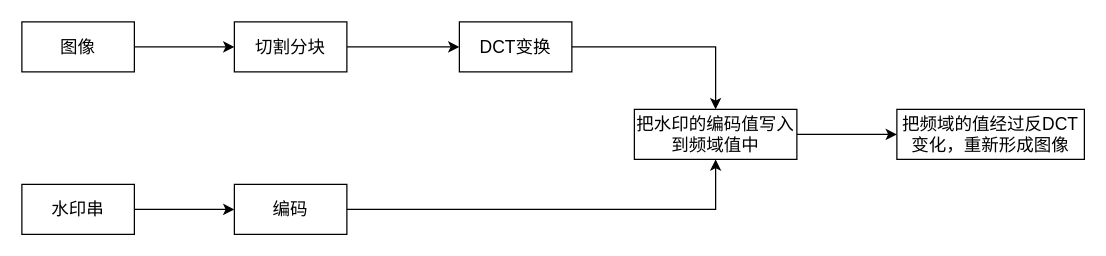
yuxinyu12345/diagrams keeps this draw.io diagram as 第五章/隐水印流程图.drawio. Above is the earlier version. Source tidied: cells renumbered, new cells numbered last; positions are measured from the earlier drawing's top-left corner, leaving out a move shared by most shapes. Both pictures are drawn from the tidied source at 125%, with x=0, y=0 at pixel (21, 21).
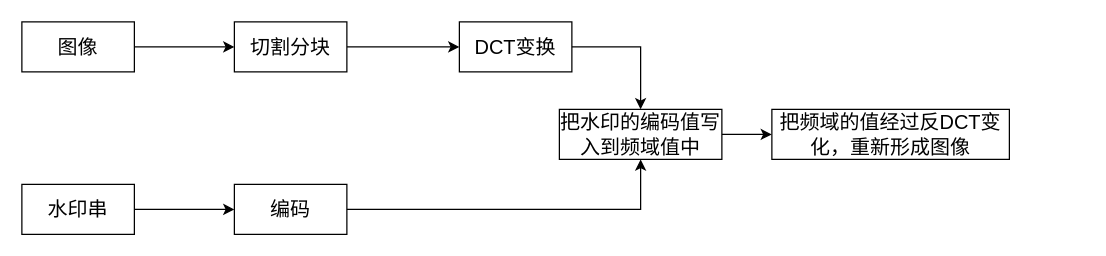
The same diagram, later.

Commit message (it also covers changes not shown here):
更新隐水印流程图.drawio

What changed in the source:
```diff
@@
 <mxGraphModel>
   <root>
     <mxCell id="0" />
     <mxCell id="1" parent="0" />
-    <mxCell id="2" style="edgeStyle=orthogonalEdgeStyle;rounded=0;jettySize=auto;html=1;fontSize=14;" parent="1" edge="1" source="3" target="5">
+    <mxCell id="2" style="edgeStyle=orthogonalEdgeStyle;rounded=0;jettySize=auto;html=1;fontSize=16;" parent="1" edge="1" source="3" target="5">
       <mxGeometry relative="1" as="geometry" />
     </mxCell>
-    <mxCell id="3" value="图像" style="rounded=0;whiteSpace=wrap;html=1;fontSize=14;" parent="1" vertex="1">
+    <mxCell id="3" value="图像" style="rounded=0;whiteSpace=wrap;html=1;fontSize=16;" parent="1" vertex="1">
       <mxGeometry width="90" height="40" as="geometry" />
     </mxCell>
-    <mxCell id="4" style="edgeStyle=orthogonalEdgeStyle;rounded=0;jettySize=auto;html=1;entryX=0;entryY=0.5;entryDx=0;entryDy=0;fontSize=14;" parent="1" edge="1" source="5" target="8">
+    <mxCell id="4" style="edgeStyle=orthogonalEdgeStyle;rounded=0;jettySize=auto;html=1;entryX=0;entryY=0.5;entryDx=0;entryDy=0;fontSize=16;" parent="1" edge="1" source="5" target="8">
       <mxGeometry relative="1" as="geometry" />
     </mxCell>
-    <mxCell id="5" value="切割分块" style="rounded=0;whiteSpace=wrap;html=1;fontSize=14;" parent="1" vertex="1">
+    <mxCell id="5" value="切割分块" style="rounded=0;whiteSpace=wrap;html=1;fontSize=16;" parent="1" vertex="1">
       <mxGeometry x="170" width="90" height="40" as="geometry" />
     </mxCell>
-    <mxCell id="6" style="edgeStyle=orthogonalEdgeStyle;rounded=0;jettySize=auto;html=1;entryX=0;entryY=0.5;entryDx=0;entryDy=0;fontSize=14;" parent="1" edge="1" source="7" target="9">
+    <mxCell id="6" style="edgeStyle=orthogonalEdgeStyle;rounded=0;jettySize=auto;html=1;entryX=0;entryY=0.5;entryDx=0;entryDy=0;fontSize=16;" parent="1" edge="1" source="7" target="9">
       <mxGeometry relative="1" as="geometry" />
     </mxCell>
-    <mxCell id="7" value="水印串" style="rounded=0;whiteSpace=wrap;html=1;fontSize=14;" parent="1" vertex="1">
+    <mxCell id="7" value="水印串" style="rounded=0;whiteSpace=wrap;html=1;fontSize=16;" parent="1" vertex="1">
       <mxGeometry y="130" width="90" height="40" as="geometry" />
     </mxCell>
-    <mxCell id="8" value="DCT变换" style="rounded=0;whiteSpace=wrap;html=1;fontSize=14;" parent="1" vertex="1">
+    <mxCell id="8" value="DCT变换" style="rounded=0;whiteSpace=wrap;html=1;fontSize=16;" parent="1" vertex="1">
       <mxGeometry x="350" width="90" height="40" as="geometry" />
     </mxCell>
-    <mxCell id="9" value="编码" style="rounded=0;whiteSpace=wrap;html=1;fontSize=14;" parent="1" vertex="1">
+    <mxCell id="9" value="编码" style="rounded=0;whiteSpace=wrap;html=1;fontSize=16;" parent="1" vertex="1">
       <mxGeometry x="170" y="130" width="90" height="40" as="geometry" />
     </mxCell>
-    <mxCell id="10" style="endArrow=classic;html=1;rounded=0;exitX=1;exitY=0.5;exitDx=0;exitDy=0;entryX=0.5;entryY=0;entryDx=0;entryDy=0;fontSize=14;" parent="1" edge="1" source="8" target="12">
+    <mxCell id="10" style="endArrow=classic;html=1;rounded=0;exitX=1;exitY=0.5;exitDx=0;exitDy=0;entryX=0.5;entryY=0;entryDx=0;entryDy=0;fontSize=16;" parent="1" edge="1" source="8" target="12">
       <mxGeometry relative="1" as="geometry">
         <Array as="points">
-          <mxPoint x="555" y="20" />
+          <mxPoint x="495" y="20" />
         </Array>
       </mxGeometry>
     </mxCell>
-    <mxCell id="11" style="edgeStyle=orthogonalEdgeStyle;rounded=0;jettySize=auto;html=1;fontSize=14;" parent="1" edge="1" source="12" target="14">
+    <mxCell id="11" style="edgeStyle=orthogonalEdgeStyle;rounded=0;jettySize=auto;html=1;fontSize=16;" parent="1" edge="1" source="12" target="14">
       <mxGeometry relative="1" as="geometry" />
     </mxCell>
-    <mxCell id="12" value="把水印的编码值写入到频域值中" style="rounded=0;whiteSpace=wrap;html=1;fontSize=14;" parent="1" vertex="1">
-      <mxGeometry x="490" y="70" width="130" height="40" as="geometry" />
+    <mxCell id="12" value="把水印的编码值写入到频域值中" style="rounded=0;whiteSpace=wrap;html=1;fontSize=16;" parent="1" vertex="1">
+      <mxGeometry x="430" y="70" width="130" height="40" as="geometry" />
     </mxCell>
-    <mxCell id="13" style="endArrow=classic;html=1;rounded=0;exitX=1;exitY=0.5;exitDx=0;exitDy=0;entryX=0.5;entryY=1;entryDx=0;entryDy=0;fontSize=14;" parent="1" edge="1" source="9" target="12">
+    <mxCell id="13" style="endArrow=classic;html=1;rounded=0;exitX=1;exitY=0.5;exitDx=0;exitDy=0;entryX=0.5;entryY=1;entryDx=0;entryDy=0;fontSize=16;" parent="1" edge="1" source="9" target="12">
       <mxGeometry relative="1" as="geometry">
         <Array as="points">
-          <mxPoint x="555" y="150" />
+          <mxPoint x="495" y="150" />
         </Array>
       </mxGeometry>
     </mxCell>
-    <mxCell id="14" value="把频域的值经过反DCT变化，重新形成图像" style="rounded=0;whiteSpace=wrap;html=1;fontSize=14;" parent="1" vertex="1">
-      <mxGeometry x="700" y="70" width="150" height="40" as="geometry" />
+    <mxCell id="14" value="把频域的值经过反DCT变化，重新形成图像" style="rounded=0;whiteSpace=wrap;html=1;fontSize=16;" parent="1" vertex="1">
+      <mxGeometry x="600" y="70" width="190" height="40" as="geometry" />
     </mxCell>
   </root>
 </mxGraphModel>
```
